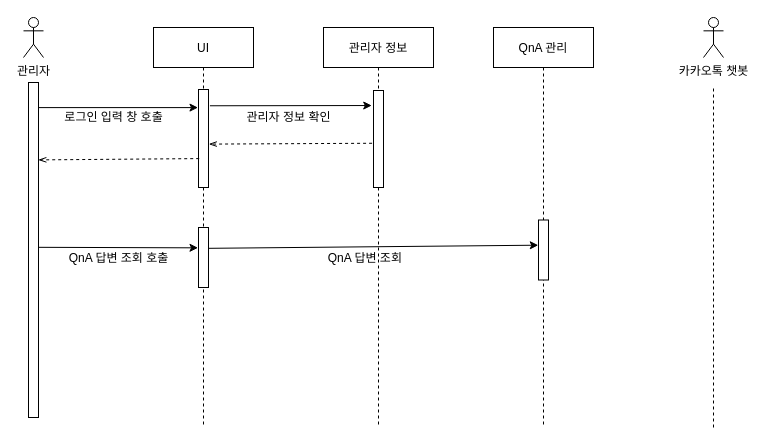
itsdam/JAVA keeps this draw.io diagram as Untitled Diagram.drawio. Above is the earlier version. Source tidied: cells renumbered, new cells numbered last; positions are measured from the earlier drawing's top-left corner, leaving out a move shared by most shapes. Both pictures are drawn from the tidied source at 100%, with x=0, y=0 at pixel (23, 17).
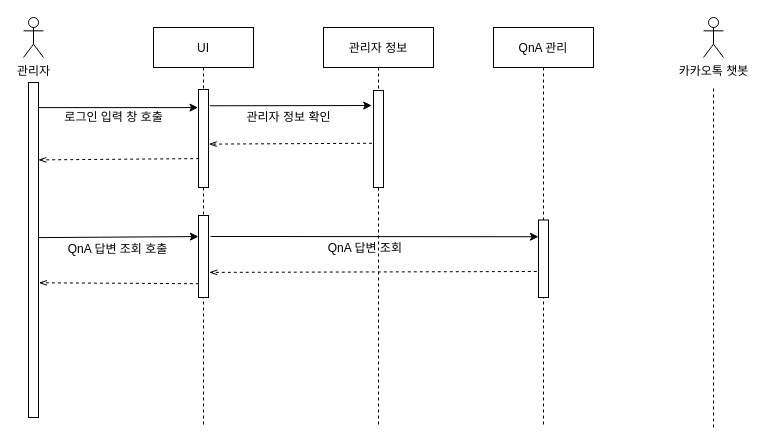
The same diagram, later.

The change refers to these unchanged cells:
```xml
<mxCell id="2" value="UI" style="shape=umlLifeline;perimeter=lifelinePerimeter;rounded=0;shadow=0;strokeWidth=1;" parent="1" vertex="1">
  <mxGeometry x="130" y="10" width="100" height="400" as="geometry" />
</mxCell>
<mxCell id="6" value="QnA 관리" style="shape=umlLifeline;perimeter=lifelinePerimeter;rounded=0;shadow=0;strokeWidth=1;" parent="1" vertex="1">
  <mxGeometry x="470" y="10" width="100" height="400" as="geometry" />
</mxCell>
<mxCell id="10" style="points=[];perimeter=orthogonalPerimeter;rounded=0;shadow=0;strokeWidth=1;" parent="1" vertex="1">
  <mxGeometry x="5" y="65" width="10" height="335" as="geometry" />
</mxCell>
<mxCell id="12" value="관리자 정보" style="shape=umlLifeline;perimeter=lifelinePerimeter;rounded=0;shadow=0;strokeWidth=1;" parent="1" vertex="1">
  <mxGeometry x="300" y="10" width="110" height="400" as="geometry" />
</mxCell>
```

Diff of the diagram source:
```diff
@@
     <mxCell id="5" style="points=[];perimeter=orthogonalPerimeter;rounded=0;shadow=0;strokeWidth=1;" parent="2" vertex="1">
-      <mxGeometry x="45" y="200" width="10" height="60" as="geometry" />
+      <mxGeometry x="45" y="188" width="10" height="82" as="geometry" />
     </mxCell>
@@
     <mxCell id="7" style="points=[];perimeter=orthogonalPerimeter;rounded=0;shadow=0;strokeWidth=1;" parent="6" vertex="1">
-      <mxGeometry x="45" y="192.5" width="10" height="60" as="geometry" />
+      <mxGeometry x="45" y="192.5" width="10" height="77.5" as="geometry" />
     </mxCell>
@@
-    <mxCell id="14" value="QnA 답변 조회&amp;nbsp;" style="text;html=1;align=center;verticalAlign=middle;strokeColor=none;fillColor=none;" parent="12" vertex="1">
-      <mxGeometry x="-7" y="221" width="100" height="20" as="geometry" />
-    </mxCell>
@@
-    <mxCell id="21" style="endArrow=classic;html=1;rounded=0;exitX=0.951;exitY=0.492;exitDx=0;exitDy=0;exitPerimeter=0;entryX=-0.049;entryY=0.339;entryDx=0;entryDy=0;entryPerimeter=0;" parent="1" edge="1" source="10" target="5">
+    <mxCell id="21" style="endArrow=classic;html=1;rounded=0;entryX=-0.007;entryY=0.257;entryDx=0;entryDy=0;entryPerimeter=0;exitX=0.962;exitY=0.463;exitDx=0;exitDy=0;exitPerimeter=0;" parent="1" edge="1" source="10" target="5">
       <mxGeometry relative="1" as="geometry" />
     </mxCell>
     <mxCell id="22" value="QnA 답변 조회 호출" style="text;html=1;align=center;verticalAlign=middle;strokeColor=none;fillColor=none;" parent="1" vertex="1">
-      <mxGeometry x="35" y="231" width="120" height="20" as="geometry" />
+      <mxGeometry x="34" y="222" width="120" height="20" as="geometry" />
     </mxCell>
-    <mxCell id="23" style="endArrow=classic;html=1;rounded=0;exitX=1.029;exitY=0.347;exitDx=0;exitDy=0;exitPerimeter=0;entryX=-0.022;entryY=0.42;entryDx=0;entryDy=0;entryPerimeter=0;" parent="1" edge="1" source="5" target="7">
+    <mxCell id="23" style="endArrow=classic;html=1;rounded=0;exitX=1.213;exitY=0.256;exitDx=0;exitDy=0;exitPerimeter=0;entryX=-0.001;entryY=0.216;entryDx=0;entryDy=0;entryPerimeter=0;" parent="1" edge="1" source="5" target="7">
       <mxGeometry relative="1" as="geometry" />
     </mxCell>
+    <mxCell id="14" value="QnA 답변 조회&amp;nbsp;" style="text;html=1;align=center;verticalAlign=middle;strokeColor=none;fillColor=none;" parent="1" vertex="1">
+      <mxGeometry x="293" y="221" width="100" height="20" as="geometry" />
+    </mxCell>
+    <mxCell id="24" style="endArrow=openThin;html=1;rounded=0;dashed=1;entryX=1.066;entryY=0.767;entryDx=0;entryDy=0;entryPerimeter=0;endFill=0;exitX=-0.141;exitY=0.544;exitDx=0;exitDy=0;exitPerimeter=0;" parent="1" edge="1">
+      <mxGeometry relative="1" as="geometry">
+        <mxPoint x="513.3" y="254" as="sourcePoint" />
+        <mxPoint x="185.7" y="254.9" as="targetPoint" />
+      </mxGeometry>
+    </mxCell>
+    <mxCell id="25" style="endArrow=openThin;html=1;rounded=0;dashed=1;endFill=0;exitX=0.036;exitY=0.868;exitDx=0;exitDy=0;exitPerimeter=0;entryX=1.036;entryY=0.607;entryDx=0;entryDy=0;entryPerimeter=0;" parent="1" edge="1">
+      <mxGeometry relative="1" as="geometry">
+        <mxPoint x="175.4" y="266.2" as="sourcePoint" />
+        <mxPoint x="15.4" y="265.3" as="targetPoint" />
+      </mxGeometry>
+    </mxCell>
```
